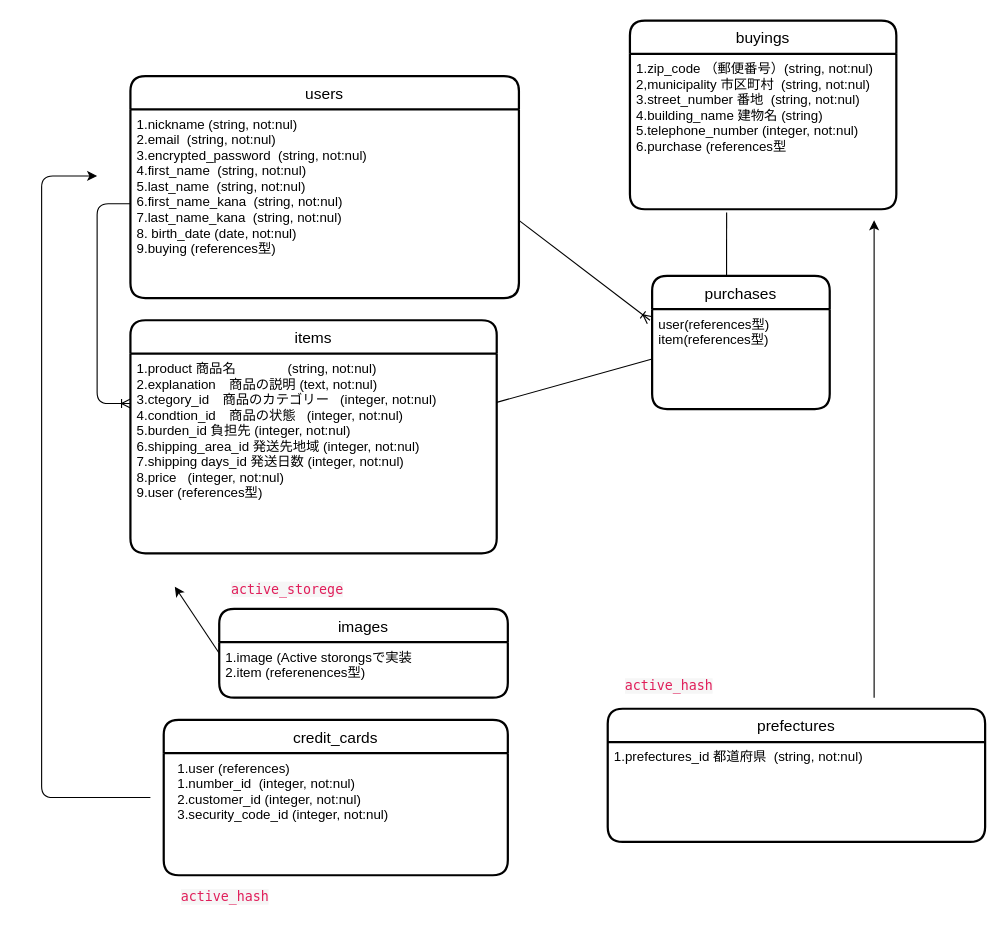
Above: ER図.dio in tomotim/furima-32652 (draw.io), before the change. Source tidied: cells renumbered, new cells numbered last; positions are measured from the earlier drawing's top-left corner, leaving out a move shared by most shapes. Both pictures are drawn from the tidied source at 111%, with x=0, y=0 at pixel (41, 20).
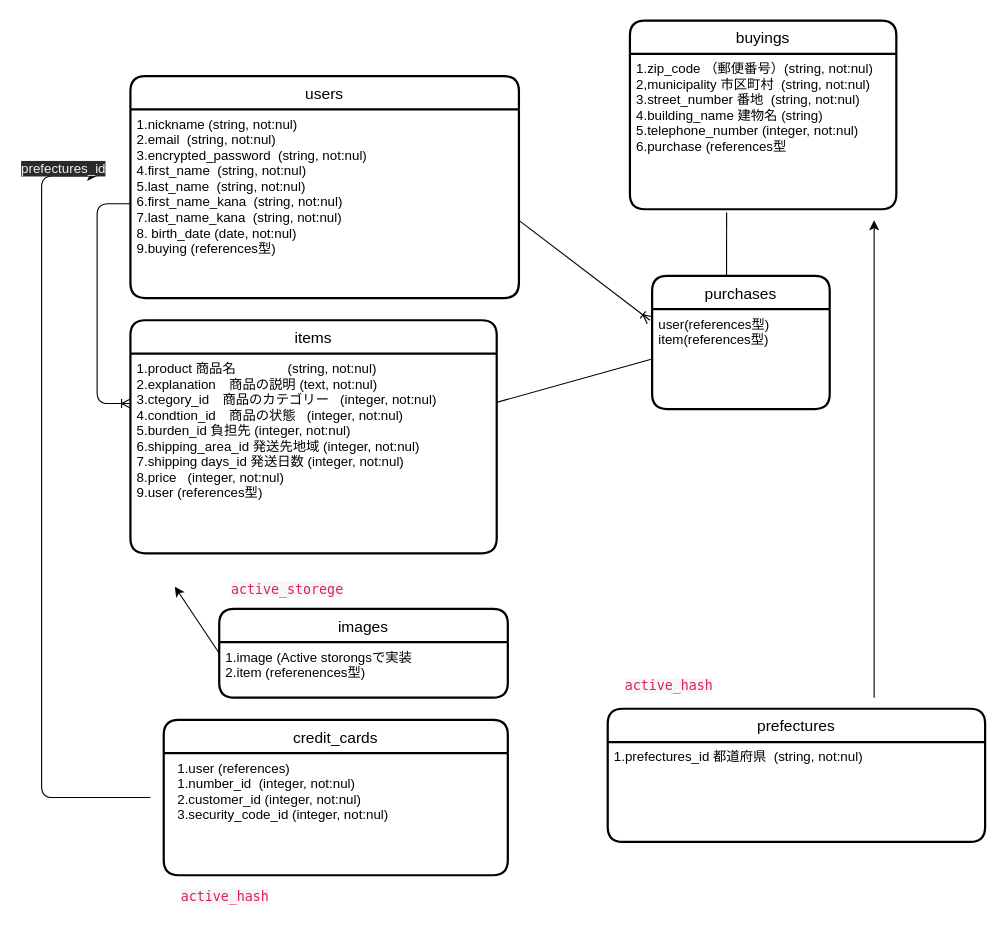
The same page after the edit.

What changed in the source:
```diff
@@
+    <mxCell id="27" value="&lt;span style=&quot;color: rgb(240, 240, 240); font-family: helvetica; font-size: 12px; font-style: normal; font-weight: 400; letter-spacing: normal; text-align: left; text-indent: 0px; text-transform: none; word-spacing: 0px; background-color: rgb(42, 42, 42); display: inline; float: none;&quot;&gt;prefectures_id&lt;/span&gt;" style="text;whiteSpace=wrap;html=1;" parent="1" vertex="1">
+      <mxGeometry x="-20" y="120" width="100" height="30" as="geometry" />
+    </mxCell>
```
